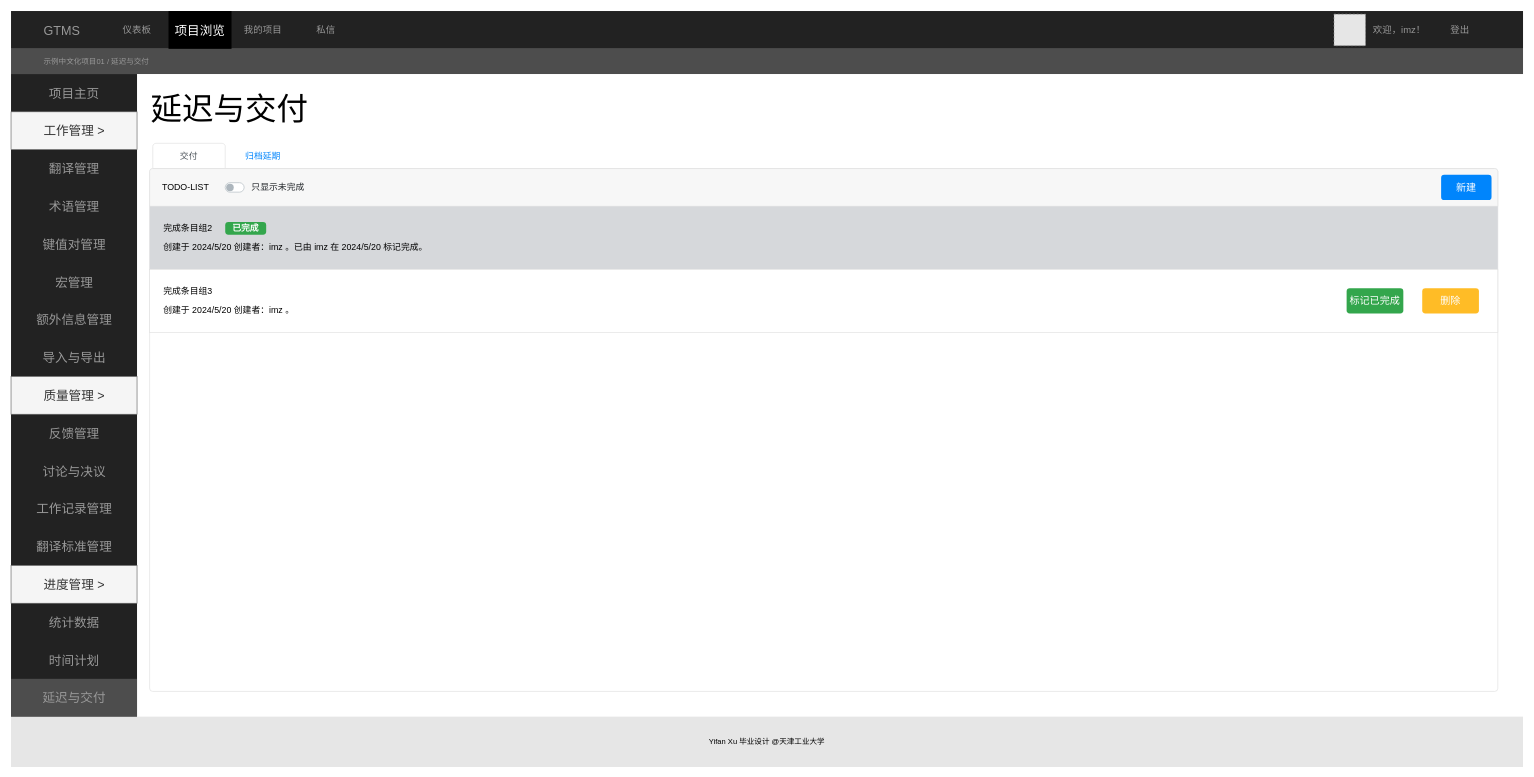
icemeowzhi/bach_final_diags keeps this draw.io diagram as 延期与交付界面.drawio. Above is the earlier version. Source tidied: cells renumbered, new cells numbered last; positions are measured from the earlier drawing's top-left corner, leaving out a move shared by most shapes. Both pictures are drawn from the tidied source at 63%, with x=0, y=0 at pixel (11, 11). Pictures stored in the file or linked from it are replaced by grey dashed boxes.
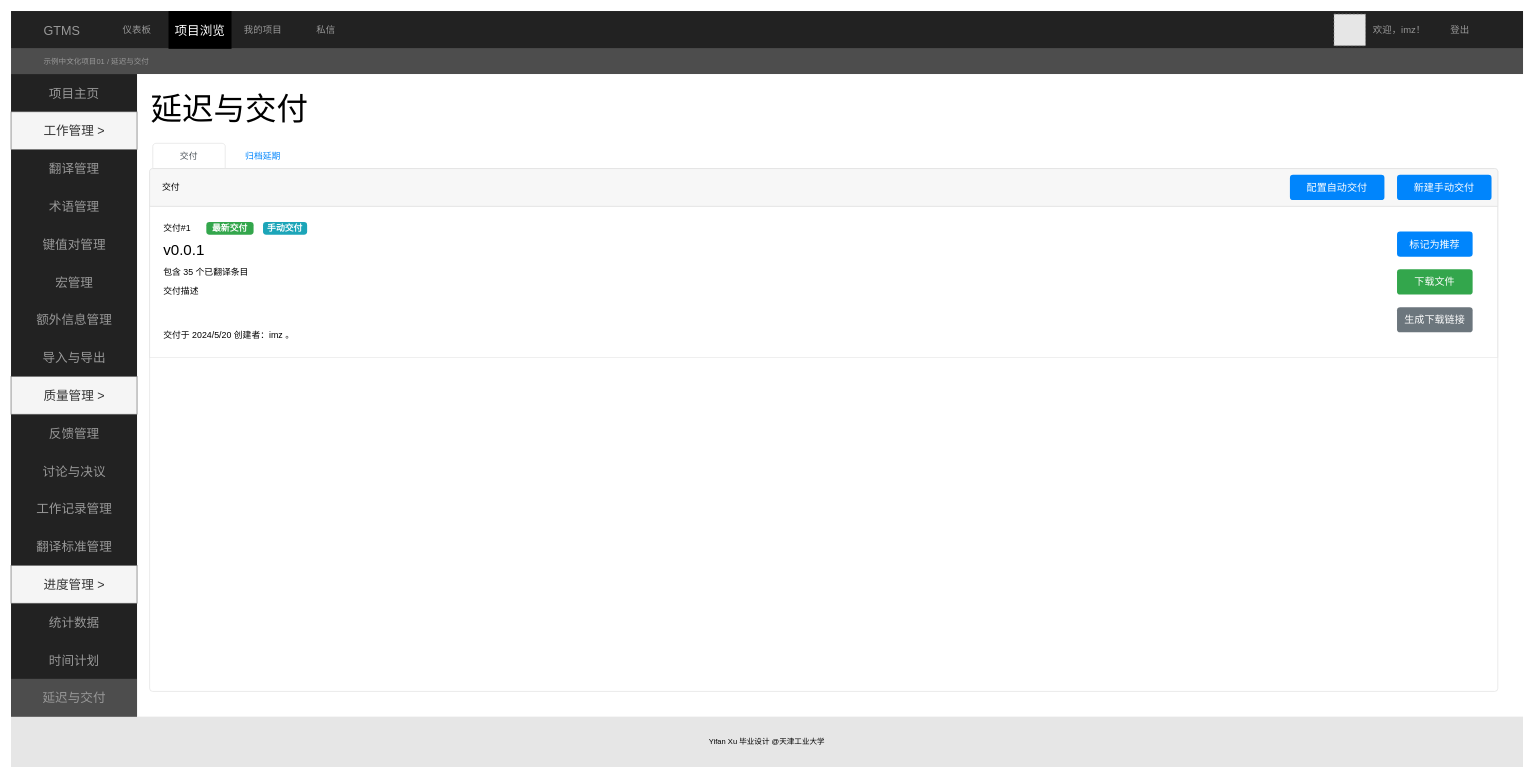
The same page after the edit.

Commit message:
更新延期与交付界面.drawio

Unchanged cells that the change refers to:
```xml
<mxCell id="35" style="html=1;shadow=0;dashed=0;shape=mxgraph.bootstrap.rrect;rSize=5;strokeColor=#DFDFDF;html=1;whiteSpace=wrap;fillColor=#FFFFFF;fontColor=#000000;" parent="1" vertex="1">
  <mxGeometry x="220" y="250" width="2140" height="830" as="geometry" />
</mxCell>
```

The edit, as a diff of the source:
```diff
@@
-    <mxCell id="36" value="TODO-LIST" style="html=1;shadow=0;dashed=0;shape=mxgraph.bootstrap.topButton;strokeColor=inherit;fillColor=#F7F7F7;rSize=5;perimeter=none;whiteSpace=wrap;align=left;spacing=20;fontSize=14;" parent="35" vertex="1">
+    <mxCell id="36" value="交付" style="html=1;shadow=0;dashed=0;shape=mxgraph.bootstrap.topButton;strokeColor=inherit;fillColor=#F7F7F7;rSize=5;perimeter=none;whiteSpace=wrap;align=left;spacing=20;fontSize=14;" parent="35" vertex="1">
       <mxGeometry width="2140" height="60" relative="1" as="geometry" />
     </mxCell>
-    <mxCell id="37" value="新建" style="html=1;shadow=0;dashed=0;shape=mxgraph.bootstrap.rrect;rSize=5;strokeColor=none;strokeWidth=1;fillColor=#0085FC;fontColor=#FFFFFF;whiteSpace=wrap;align=center;verticalAlign=middle;spacingLeft=0;fontStyle=0;fontSize=16;spacing=5;" parent="35" vertex="1">
-      <mxGeometry x="2050" y="10" width="80" height="40" as="geometry" />
+    <mxCell id="37" value="新建手动交付" style="html=1;shadow=0;dashed=0;shape=mxgraph.bootstrap.rrect;rSize=5;strokeColor=none;strokeWidth=1;fillColor=#0085FC;fontColor=#FFFFFF;whiteSpace=wrap;align=center;verticalAlign=middle;spacingLeft=0;fontStyle=0;fontSize=16;spacing=5;" parent="35" vertex="1">
+      <mxGeometry x="1980" y="10" width="150" height="40" as="geometry" />
     </mxCell>
-    <mxCell id="38" style="html=1;shadow=0;dashed=0;perimeter=none;whiteSpace=wrap;align=left;spacing=10;strokeColor=none;fillColor=#D6D8DB;" parent="35" vertex="1">
-      <mxGeometry y="60" width="2140" height="100" as="geometry" />
+    <mxCell id="38" style="html=1;shadow=0;dashed=0;perimeter=none;whiteSpace=wrap;align=left;spacing=10;strokeColor=#E6E6E6;fillColor=none;" parent="35" vertex="1">
+      <mxGeometry y="60" width="2140" height="240" as="geometry" />
     </mxCell>
-    <mxCell id="39" value="完成条目组2" style="text;html=1;align=left;verticalAlign=middle;strokeColor=none;fillColor=none;fontSize=14;" parent="35" vertex="1">
-      <mxGeometry x="20" y="80" width="100" height="30" as="geometry" />
+    <mxCell id="39" value="交付#1" style="text;html=1;align=left;verticalAlign=middle;strokeColor=none;fillColor=none;fontSize=14;" parent="35" vertex="1">
+      <mxGeometry x="20" y="80" width="70" height="30" as="geometry" />
     </mxCell>
-    <mxCell id="40" value="创建于 2024/5/20 创建者：imz 。已由 imz 在 2024/5/20 标记完成。" style="text;html=1;align=left;verticalAlign=middle;strokeColor=none;fillColor=none;fontSize=14;" parent="35" vertex="1">
-      <mxGeometry x="20" y="110" width="440" height="30" as="geometry" />
+    <mxCell id="40" value="交付于 2024/5/20 创建者：imz 。" style="text;html=1;align=left;verticalAlign=middle;strokeColor=none;fillColor=none;fontSize=14;" parent="35" vertex="1">
+      <mxGeometry x="20" y="250" width="230" height="30" as="geometry" />
     </mxCell>
-    <mxCell id="41" value="&lt;div align=&quot;center&quot;&gt;已完成&lt;/div&gt;" style="html=1;shadow=0;dashed=0;shape=mxgraph.bootstrap.rrect;rSize=5;strokeColor=none;strokeWidth=1;fillColor=#33A64C;fontColor=#FFFFFF;whiteSpace=wrap;align=center;verticalAlign=middle;spacingLeft=0;fontStyle=1;fontSize=14;spacing=5;" parent="35" vertex="1">
-      <mxGeometry x="120" y="85" width="65" height="20" as="geometry" />
+    <mxCell id="41" value="最新交付" style="html=1;shadow=0;dashed=0;shape=mxgraph.bootstrap.rrect;rSize=5;strokeColor=none;strokeWidth=1;fillColor=#33A64C;fontColor=#FFFFFF;whiteSpace=wrap;align=center;verticalAlign=middle;spacingLeft=0;fontStyle=1;fontSize=14;spacing=5;" parent="35" vertex="1">
+      <mxGeometry x="90" y="85" width="75" height="20" as="geometry" />
     </mxCell>
-    <mxCell id="42" value="只显示未完成" style="html=1;shadow=0;dashed=0;shape=mxgraph.bootstrap.switch;strokeColor=#ADB6BD;strokeWidth=1;fillColor=#ffffff;fontColor=#212529;onStrokeColor=#ffffff;onFillColor=#0085FC;align=left;verticalAlign=middle;spacingLeft=10;labelPosition=right;verticalLabelPosition=middle;buttonState=0;sketch=0;fontSize=14;" parent="35" vertex="1">
-      <mxGeometry x="120" y="22.5" width="30" height="15" as="geometry" />
-    </mxCell>
-    <mxCell id="43" style="strokeColor=inherit;fillColor=inherit;gradientColor=inherit;fontColor=inherit;html=1;shadow=0;dashed=0;perimeter=none;whiteSpace=wrap;align=left;spacing=10;" parent="35" vertex="1">
-      <mxGeometry y="160" width="2140" height="100" as="geometry" />
-    </mxCell>
-    <mxCell id="44" value="完成条目组3" style="text;html=1;align=left;verticalAlign=middle;strokeColor=none;fillColor=none;fontSize=14;" parent="35" vertex="1">
-      <mxGeometry x="20" y="180" width="100" height="30" as="geometry" />
-    </mxCell>
-    <mxCell id="45" value="创建于 2024/5/20 创建者：imz 。" style="text;html=1;align=left;verticalAlign=middle;strokeColor=none;fillColor=none;fontSize=14;" parent="35" vertex="1">
-      <mxGeometry x="20" y="210" width="230" height="30" as="geometry" />
-    </mxCell>
-    <mxCell id="46" value="删除" style="html=1;shadow=0;dashed=0;shape=mxgraph.bootstrap.rrect;rSize=5;strokeColor=none;strokeWidth=1;fillColor=#FFBC26;fontColor=#FFFFFF;whiteSpace=wrap;align=center;verticalAlign=middle;spacingLeft=0;fontStyle=0;fontSize=16;spacing=5;" parent="35" vertex="1">
-      <mxGeometry x="2020" y="190" width="90" height="40" as="geometry" />
-    </mxCell>
-    <mxCell id="47" value="标记已完成" style="html=1;shadow=0;dashed=0;shape=mxgraph.bootstrap.rrect;rSize=5;strokeColor=none;strokeWidth=1;fillColor=#33A64C;fontColor=#FFFFFF;whiteSpace=wrap;align=center;verticalAlign=middle;spacingLeft=0;fontStyle=0;fontSize=16;spacing=5;" parent="35" vertex="1">
-      <mxGeometry x="1900" y="190" width="90" height="40" as="geometry" />
-    </mxCell>
+    <mxCell id="48" value="下载文件" style="html=1;shadow=0;dashed=0;shape=mxgraph.bootstrap.rrect;rSize=5;strokeColor=none;strokeWidth=1;fillColor=#33A64C;fontColor=#FFFFFF;whiteSpace=wrap;align=center;verticalAlign=middle;spacingLeft=0;fontStyle=0;fontSize=16;spacing=5;" parent="35" vertex="1">
+      <mxGeometry x="1980" y="160" width="120" height="40" as="geometry" />
+    </mxCell>
+    <mxCell id="49" value="标记为推荐" style="html=1;shadow=0;dashed=0;shape=mxgraph.bootstrap.rrect;rSize=5;strokeColor=none;strokeWidth=1;fillColor=#0085FC;fontColor=#FFFFFF;whiteSpace=wrap;align=center;verticalAlign=middle;spacingLeft=0;fontStyle=0;fontSize=16;spacing=5;" parent="35" vertex="1">
+      <mxGeometry x="1980" y="100" width="120" height="40" as="geometry" />
+    </mxCell>
+    <mxCell id="50" value="手动交付" style="html=1;shadow=0;dashed=0;shape=mxgraph.bootstrap.rrect;rSize=5;strokeColor=none;strokeWidth=1;fillColor=#1CA5B8;fontColor=#FFFFFF;whiteSpace=wrap;align=center;verticalAlign=middle;spacingLeft=0;fontStyle=1;fontSize=14;spacing=5;" parent="35" vertex="1">
+      <mxGeometry x="180" y="85" width="70" height="20" as="geometry" />
+    </mxCell>
+    <mxCell id="51" value="配置自动交付" style="html=1;shadow=0;dashed=0;shape=mxgraph.bootstrap.rrect;rSize=5;strokeColor=none;strokeWidth=1;fillColor=#0085FC;fontColor=#FFFFFF;whiteSpace=wrap;align=center;verticalAlign=middle;spacingLeft=0;fontStyle=0;fontSize=16;spacing=5;" parent="35" vertex="1">
+      <mxGeometry x="1810" y="10" width="150" height="40" as="geometry" />
+    </mxCell>
+    <mxCell id="52" value="v0.0.1" style="text;html=1;align=left;verticalAlign=middle;strokeColor=none;fillColor=none;fontSize=24;" parent="35" vertex="1">
+      <mxGeometry x="20" y="110" width="90" height="40" as="geometry" />
+    </mxCell>
+    <mxCell id="53" value="包含 35 个已翻译条目" style="text;html=1;align=left;verticalAlign=middle;strokeColor=none;fillColor=none;fontSize=14;" parent="35" vertex="1">
+      <mxGeometry x="20" y="150" width="160" height="30" as="geometry" />
+    </mxCell>
+    <mxCell id="54" value="生成下载链接" style="html=1;shadow=0;dashed=0;shape=mxgraph.bootstrap.rrect;rSize=5;strokeColor=none;strokeWidth=1;fillColor=#6C767D;fontColor=#FFFFFF;whiteSpace=wrap;align=center;verticalAlign=middle;spacingLeft=0;fontStyle=0;fontSize=16;spacing=5;" parent="35" vertex="1">
+      <mxGeometry x="1980" y="220" width="120" height="40" as="geometry" />
+    </mxCell>
+    <mxCell id="55" value="交付描述" style="text;html=1;align=left;verticalAlign=middle;strokeColor=none;fillColor=none;fontSize=14;" parent="35" vertex="1">
+      <mxGeometry x="20" y="180" width="80" height="30" as="geometry" />
+    </mxCell>
```
